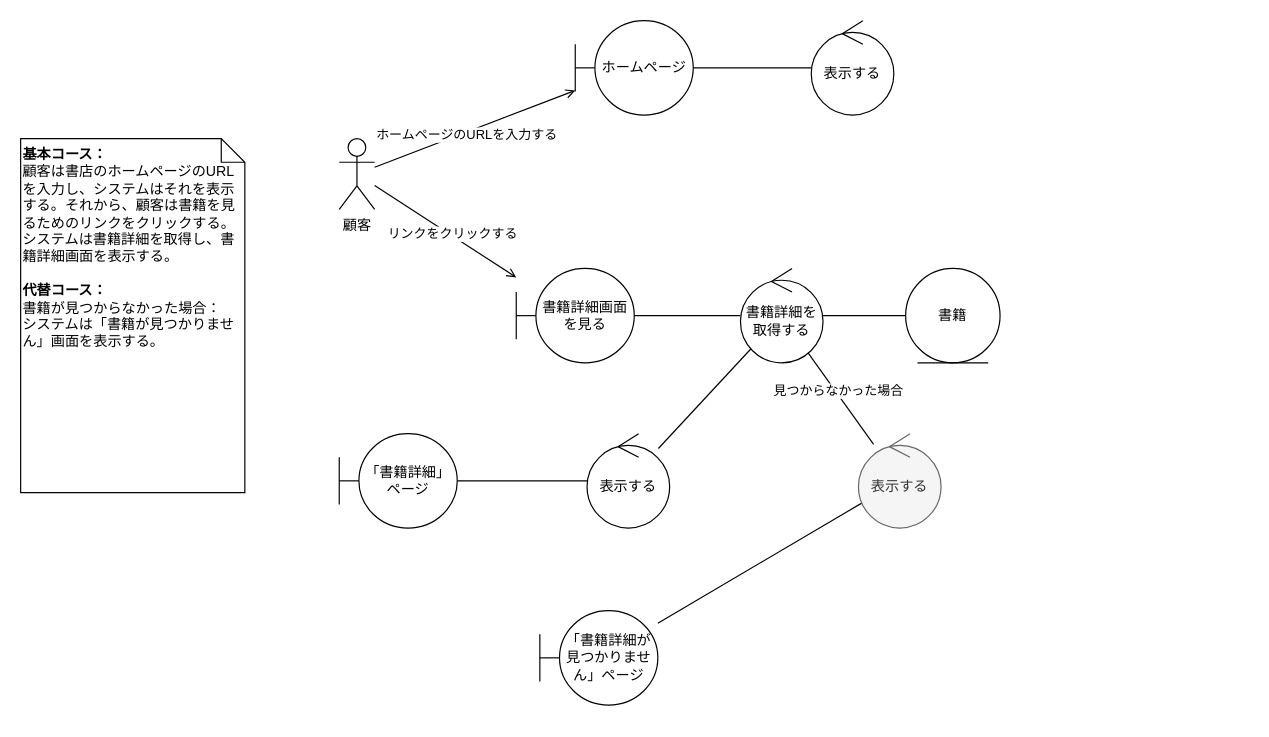
This is architecture/robastness/書籍を表示する.drawio from rinotc/practice_iconix, a draw.io file, before an edit. Source tidied: cells renumbered, new cells numbered last; positions are measured from the earlier drawing's top-left corner, leaving out a move shared by most shapes. Both pictures are drawn from the tidied source at 118%, with x=0, y=0 at pixel (20, 20).
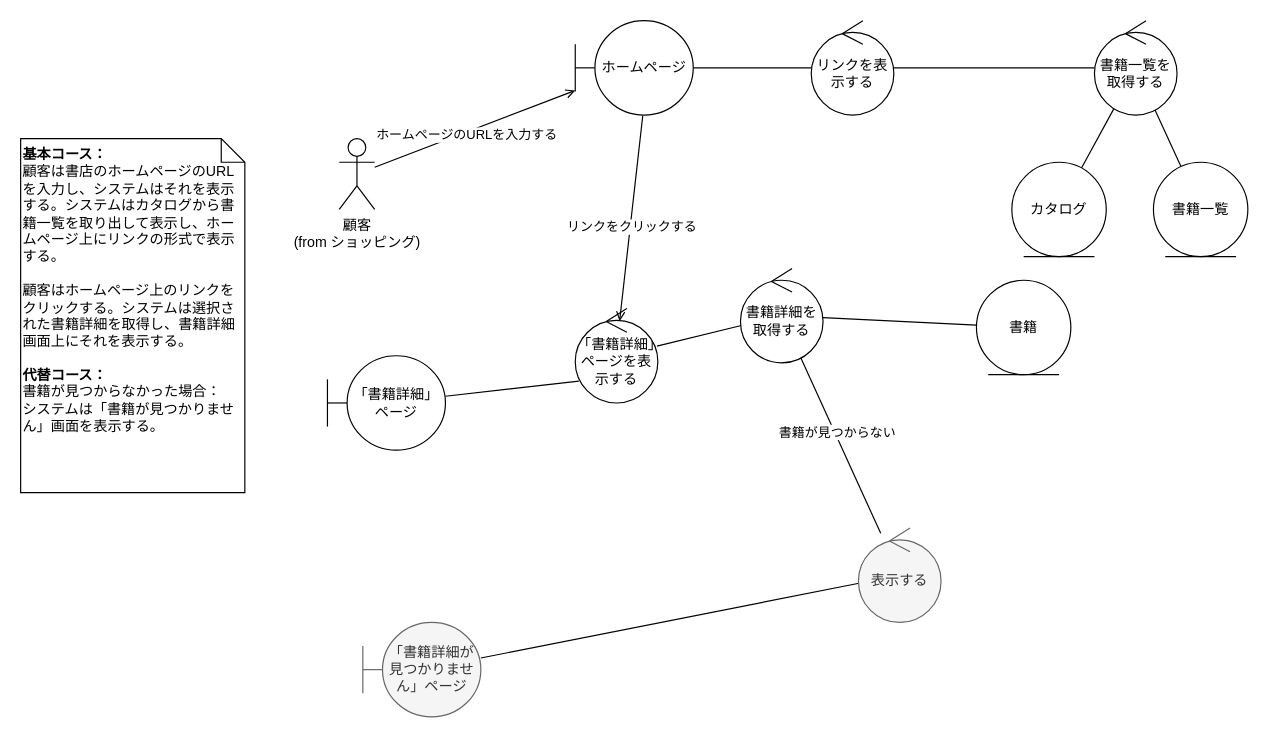
Above is the later version.

Commit message:
Update 書籍を表示する.drawio

The change refers to these unchanged cells:
```xml
<mxCell id="9" value="ホームページ" style="shape=umlBoundary;whiteSpace=wrap;html=1;" parent="1" vertex="1">
  <mxGeometry x="470" width="100" height="80" as="geometry" />
</mxCell>
<mxCell id="15" style="edgeStyle=none;rounded=0;jettySize=auto;html=1;endArrow=none;endFill=0;" parent="1" edge="1" source="17" target="23">
  <mxGeometry relative="1" as="geometry" />
</mxCell>
<mxCell id="17" value="書籍詳細を取得する" style="ellipse;shape=umlControl;whiteSpace=wrap;html=1;" parent="1" vertex="1">
  <mxGeometry x="610" y="210" width="70" height="80" as="geometry" />
</mxCell>
```

Diff of the diagram source:
```diff
@@
-    <mxCell id="4" style="edgeStyle=none;rounded=0;jettySize=auto;html=1;endArrow=open;endFill=0;" parent="1" edge="1" source="6" target="11">
+    <mxCell id="4" style="edgeStyle=none;rounded=0;jettySize=auto;html=1;endArrow=open;endFill=0;exitX=0.572;exitY=1.008;exitDx=0;exitDy=0;exitPerimeter=0;entryX=0.537;entryY=0.133;entryDx=0;entryDy=0;entryPerimeter=0;" parent="1" edge="1" source="9" target="26">
       <mxGeometry relative="1" as="geometry" />
     </mxCell>
@@
-    <mxCell id="6" value="顧客" style="shape=umlActor;verticalLabelPosition=bottom;verticalAlign=top;html=1;outlineConnect=0;" parent="1" vertex="1">
+    <mxCell id="6" value="顧客&lt;br&gt;(from ショッピング)" style="shape=umlActor;verticalLabelPosition=bottom;verticalAlign=top;html=1;outlineConnect=0;" parent="1" vertex="1">
       <mxGeometry x="270" y="100" width="30" height="60" as="geometry" />
     </mxCell>
-    <mxCell id="7" value="&lt;b&gt;基本コース：&lt;/b&gt;&lt;br&gt;顧客は書店のホームページのURLを入力し、システムはそれを表示する。それから、顧客は書籍を見るためのリンクをクリックする。システムは書籍詳細を取得し、書籍詳細画面を表示する。&lt;br&gt;&lt;br&gt;&lt;b&gt;代替コース：&lt;br&gt;&lt;/b&gt;書籍が見つからなかった場合：&lt;br&gt;システムは「書籍が見つかりません」画面を表示する。" style="shape=note;size=20;whiteSpace=wrap;html=1;align=left;verticalAlign=top;" parent="1" vertex="1">
+    <mxCell id="7" value="&lt;b&gt;基本コース：&lt;/b&gt;&lt;br&gt;顧客は書店のホームページのURLを入力し、システムはそれを表示する。システムはカタログから書籍一覧を取り出して表示し、ホームページ上にリンクの形式で表示する。&lt;br&gt;&lt;br&gt;顧客はホームページ上のリンクをクリックする。システムは選択された書籍詳細を取得し、書籍詳細画面上にそれを表示する。&lt;br&gt;&lt;br&gt;&lt;b&gt;代替コース：&lt;br&gt;&lt;/b&gt;書籍が見つからなかった場合：&lt;br&gt;システムは「書籍が見つかりません」画面を表示する。" style="shape=note;size=20;whiteSpace=wrap;html=1;align=left;verticalAlign=top;" parent="1" vertex="1">
       <mxGeometry y="100" width="190" height="300" as="geometry" />
     </mxCell>
@@
-    <mxCell id="10" style="edgeStyle=none;rounded=0;jettySize=auto;html=1;endArrow=none;endFill=0;" parent="1" edge="1" source="11" target="17">
+    <mxCell id="10" style="edgeStyle=none;rounded=0;jettySize=auto;html=1;endArrow=none;endFill=0;" parent="1" edge="1" source="26" target="17">
       <mxGeometry relative="1" as="geometry" />
     </mxCell>
-    <mxCell id="11" value="書籍詳細画面を見る" style="shape=umlBoundary;whiteSpace=wrap;html=1;" parent="1" vertex="1">
-      <mxGeometry x="420" y="210" width="100" height="80" as="geometry" />
-    </mxCell>
+    <mxCell id="25" style="edgeStyle=none;rounded=0;jettySize=auto;html=1;endArrow=none;endFill=0;" parent="1" edge="1" source="12" target="29">
+      <mxGeometry relative="1" as="geometry" />
+    </mxCell>
-    <mxCell id="12" value="表示する" style="ellipse;shape=umlControl;whiteSpace=wrap;html=1;" parent="1" vertex="1">
+    <mxCell id="12" value="リンクを表示する" style="ellipse;shape=umlControl;whiteSpace=wrap;html=1;" parent="1" vertex="1">
       <mxGeometry x="670" width="70" height="80" as="geometry" />
     </mxCell>
@@
-    <mxCell id="14" style="edgeStyle=none;rounded=0;jettySize=auto;html=1;endArrow=none;endFill=0;" parent="1" edge="1" source="17" target="20">
-      <mxGeometry relative="1" as="geometry" />
-    </mxCell>
@@
-    <mxCell id="16" value="見つからなかった場合" style="edgeLabel;html=1;align=center;verticalAlign=middle;" parent="15" vertex="1">
+    <mxCell id="16" value="書籍が見つからない" style="edgeLabel;html=1;align=center;verticalAlign=middle;" parent="15" vertex="1">
       <mxGeometry x="-0.15" y="2" relative="1" as="geometry" />
     </mxCell>
@@
     <mxCell id="18" value="書籍" style="ellipse;shape=umlEntity;whiteSpace=wrap;html=1;" parent="1" vertex="1">
-      <mxGeometry x="750" y="210" width="80" height="80" as="geometry" />
+      <mxGeometry x="810" y="220" width="80" height="80" as="geometry" />
     </mxCell>
-    <mxCell id="19" style="edgeStyle=none;rounded=0;jettySize=auto;html=1;endArrow=none;endFill=0;" parent="1" edge="1" source="20" target="21">
+    <mxCell id="19" style="edgeStyle=none;rounded=0;jettySize=auto;html=1;endArrow=none;endFill=0;exitX=0.044;exitY=0.769;exitDx=0;exitDy=0;exitPerimeter=0;" parent="1" edge="1" source="26" target="21">
       <mxGeometry relative="1" as="geometry" />
     </mxCell>
-    <mxCell id="20" value="表示する" style="ellipse;shape=umlControl;whiteSpace=wrap;html=1;" parent="1" vertex="1">
-      <mxGeometry x="480" y="350" width="70" height="80" as="geometry" />
-    </mxCell>
     <mxCell id="21" value="「書籍詳細」ページ" style="shape=umlBoundary;whiteSpace=wrap;html=1;" parent="1" vertex="1">
-      <mxGeometry x="270" y="350" width="100" height="80" as="geometry" />
+      <mxGeometry x="260" y="284" width="100" height="80" as="geometry" />
     </mxCell>
@@
     <mxCell id="23" value="表示する" style="ellipse;shape=umlControl;whiteSpace=wrap;html=1;fillColor=#f5f5f5;fontColor=#333333;strokeColor=#666666;" parent="1" vertex="1">
-      <mxGeometry x="710" y="350" width="70" height="80" as="geometry" />
+      <mxGeometry x="710" y="430" width="70" height="80" as="geometry" />
     </mxCell>
-    <mxCell id="24" value="「書籍詳細が見つかりません」ページ" style="shape=umlBoundary;whiteSpace=wrap;html=1;" parent="1" vertex="1">
-      <mxGeometry x="440" y="500" width="100" height="80" as="geometry" />
+    <mxCell id="24" value="「書籍詳細が見つかりません」ページ" style="shape=umlBoundary;whiteSpace=wrap;html=1;fillColor=#f5f5f5;fontColor=#333333;strokeColor=#666666;" parent="1" vertex="1">
+      <mxGeometry x="290" y="510" width="100" height="80" as="geometry" />
     </mxCell>
+    <mxCell id="26" value="「書籍詳細」ページを表示する" style="ellipse;shape=umlControl;whiteSpace=wrap;html=1;" parent="1" vertex="1">
+      <mxGeometry x="470" y="244" width="70" height="80" as="geometry" />
+    </mxCell>
+    <mxCell id="27" style="edgeStyle=none;rounded=0;jettySize=auto;html=1;endArrow=none;endFill=0;" parent="1" edge="1" source="29" target="30">
+      <mxGeometry relative="1" as="geometry" />
+    </mxCell>
+    <mxCell id="28" style="edgeStyle=none;rounded=0;jettySize=auto;html=1;endArrow=none;endFill=0;" parent="1" edge="1" source="29" target="31">
+      <mxGeometry relative="1" as="geometry" />
+    </mxCell>
+    <mxCell id="29" value="書籍一覧を取得する" style="ellipse;shape=umlControl;whiteSpace=wrap;html=1;" parent="1" vertex="1">
+      <mxGeometry x="910" width="70" height="80" as="geometry" />
+    </mxCell>
+    <mxCell id="30" value="カタログ" style="ellipse;shape=umlEntity;whiteSpace=wrap;html=1;" parent="1" vertex="1">
+      <mxGeometry x="840" y="120" width="80" height="80" as="geometry" />
+    </mxCell>
+    <mxCell id="31" value="書籍一覧" style="ellipse;shape=umlEntity;whiteSpace=wrap;html=1;" parent="1" vertex="1">
+      <mxGeometry x="960" y="120" width="80" height="80" as="geometry" />
+    </mxCell>
```
